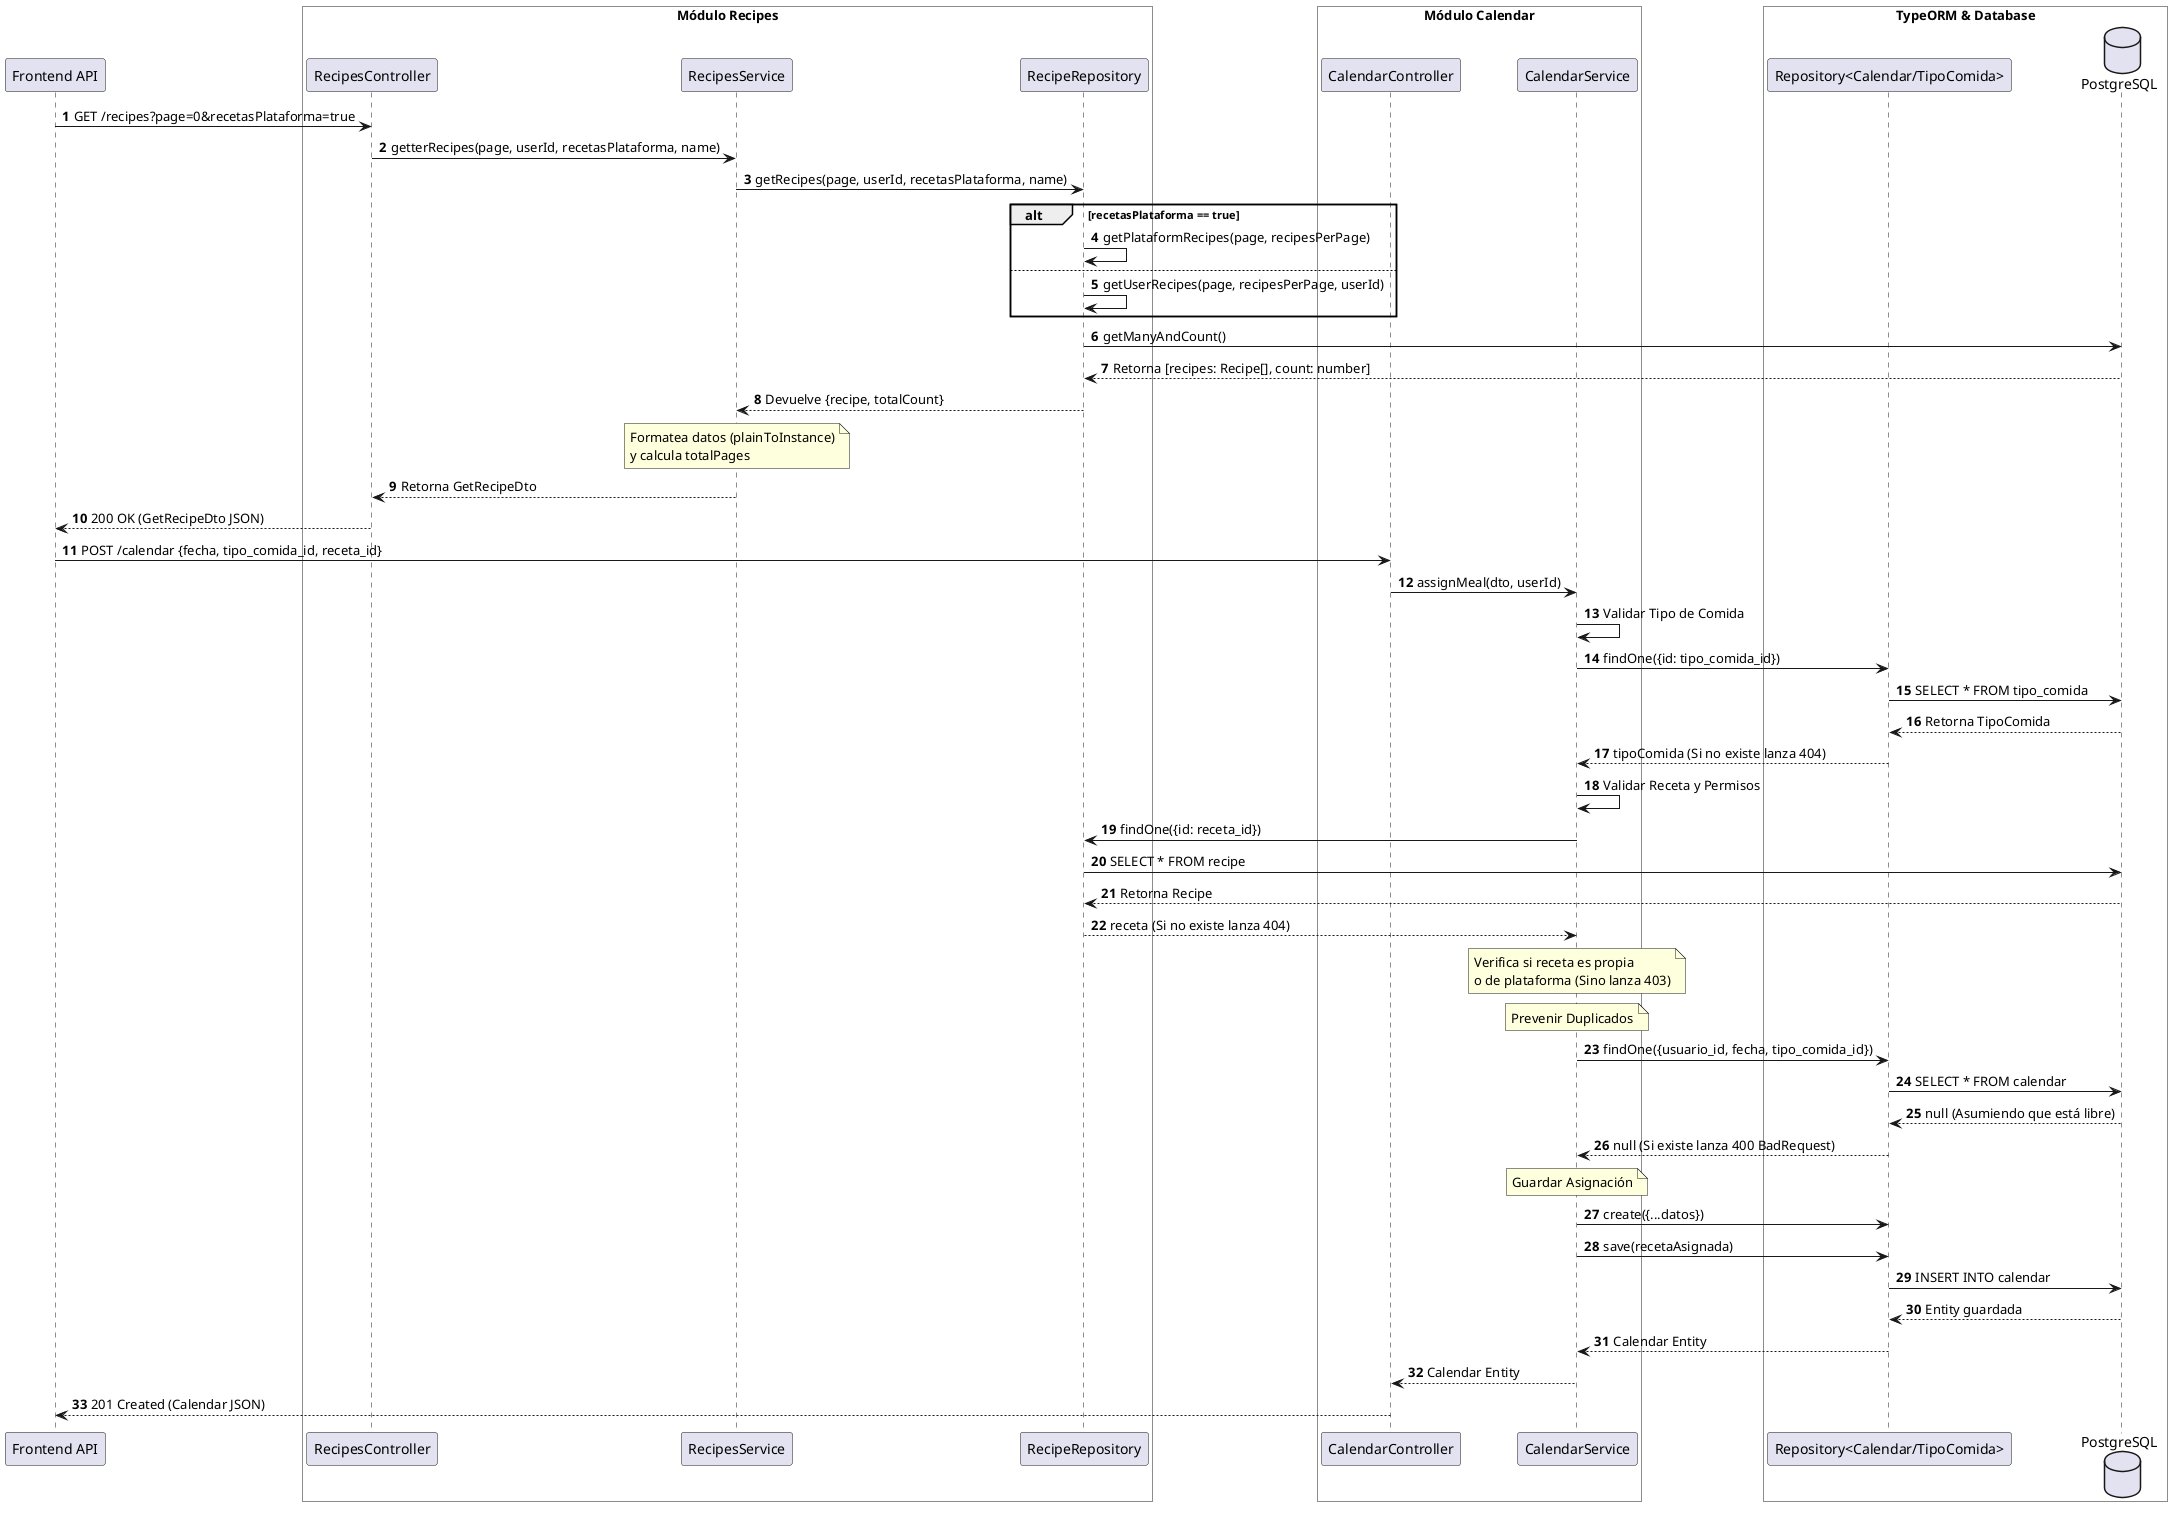
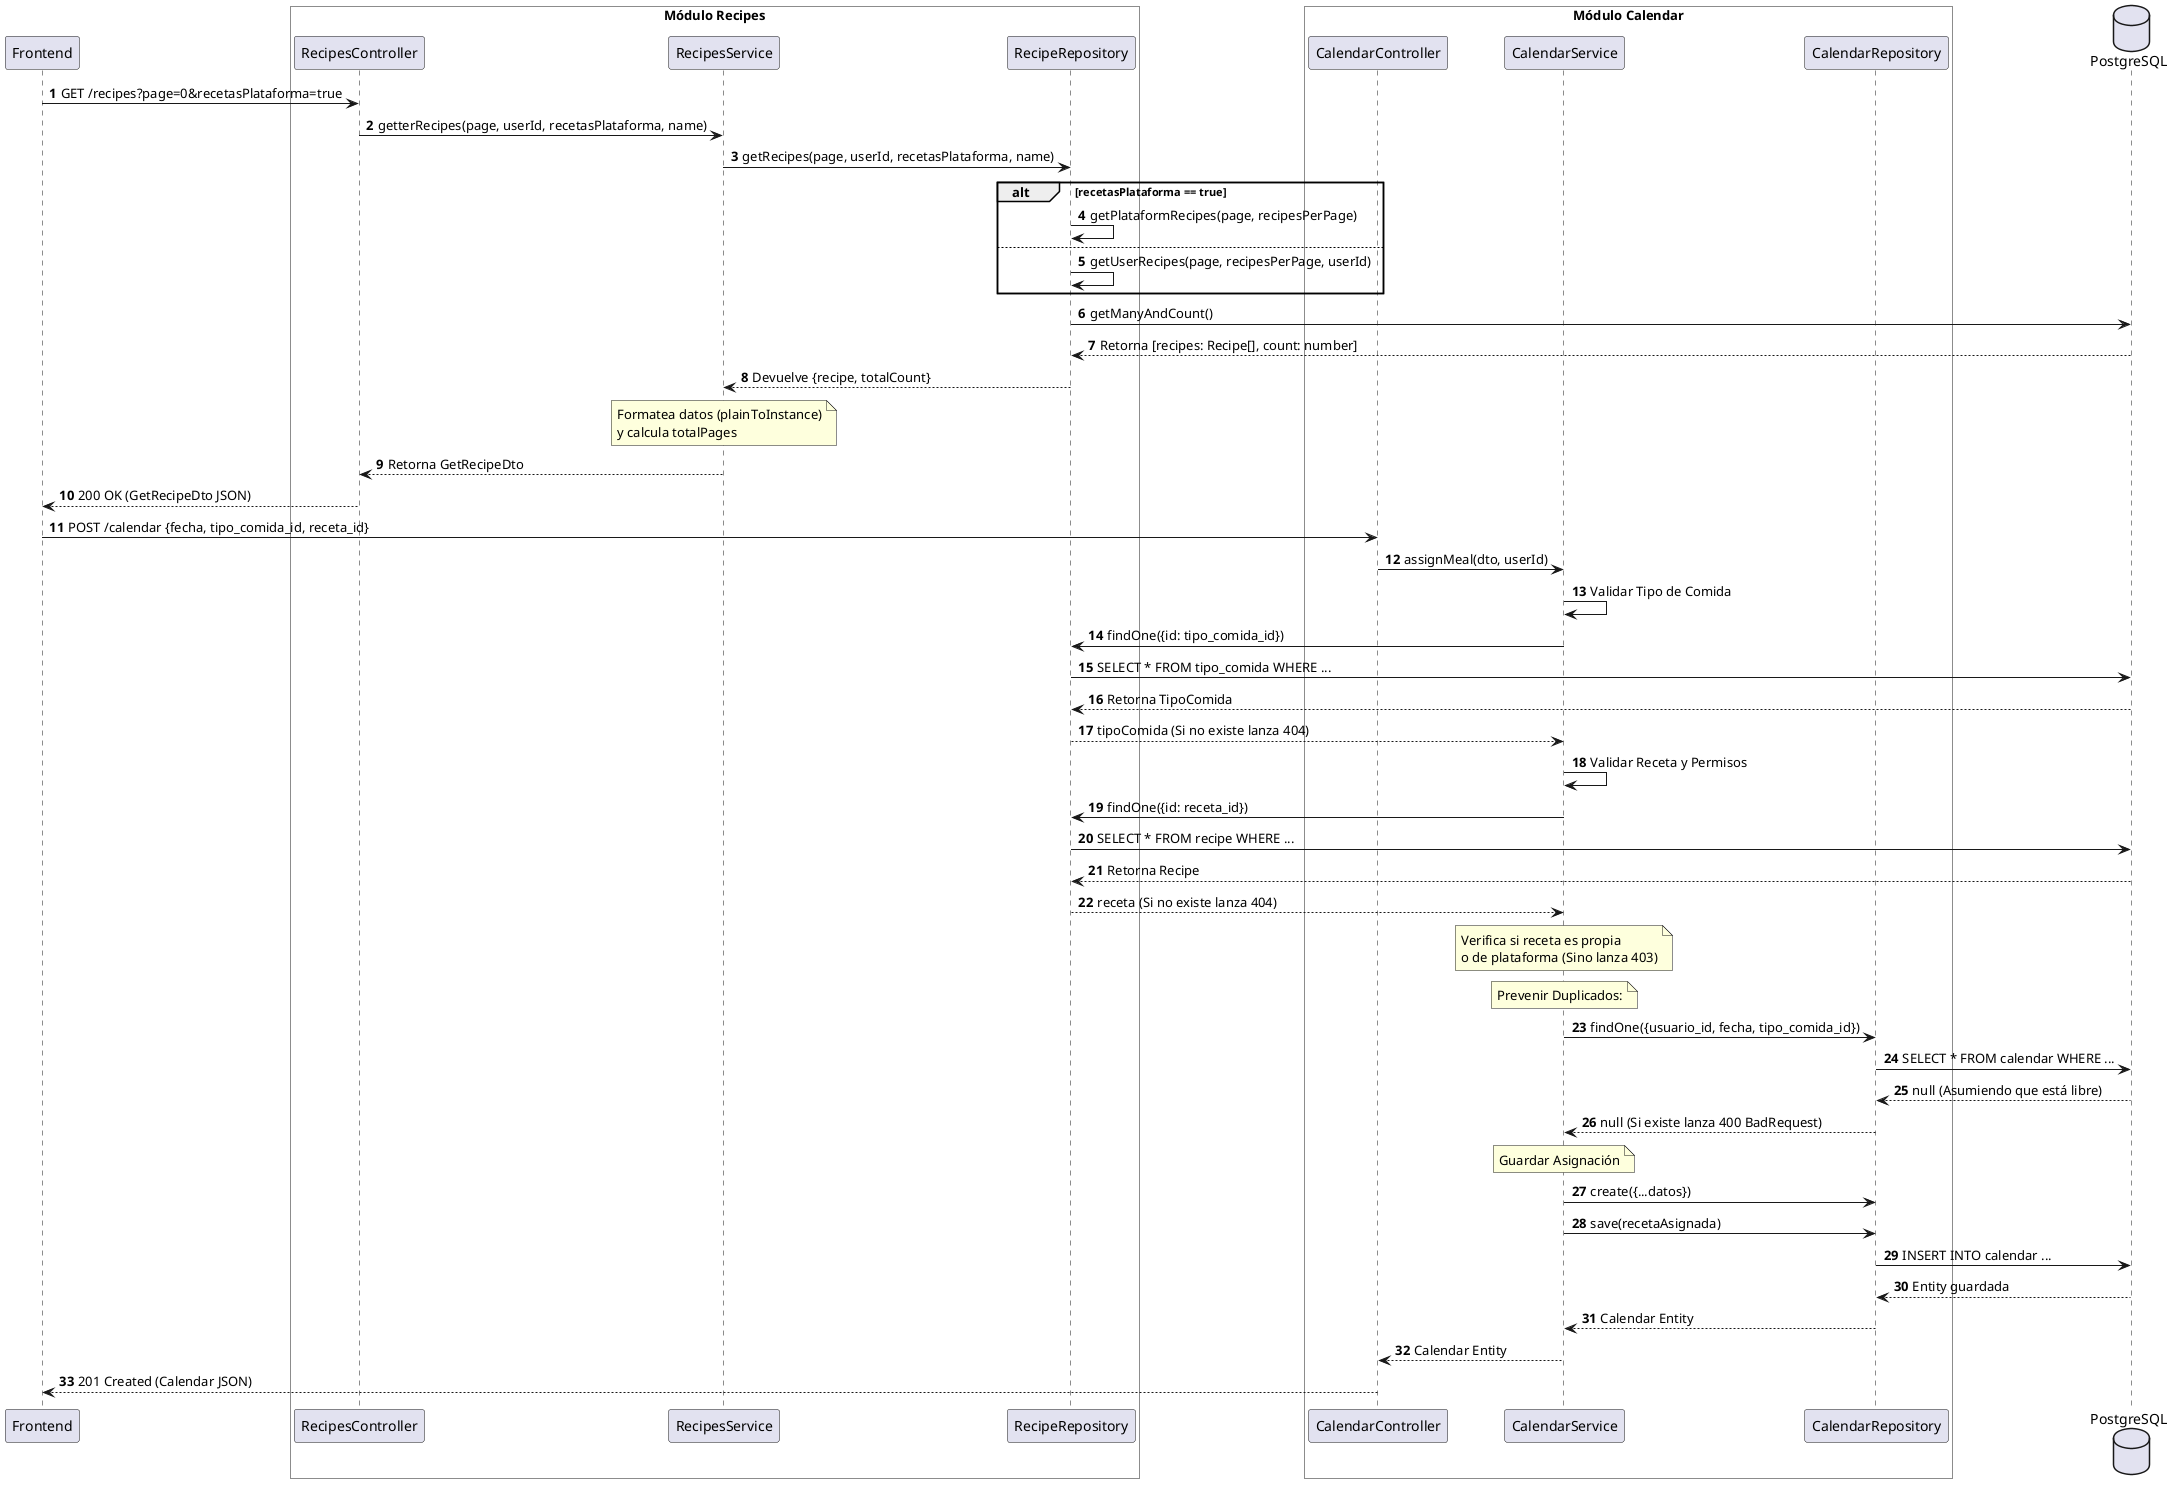
@startuml "Asignar Comida A Una Fecha Backend"
autonumber

- participant "Frontend API" as Client
+ participant "Frontend" as Client
box "Módulo Recipes" #ffffff
- participant "RecipesController" as RCtrl
- participant "RecipesService" as RSvc
- participant "RecipeRepository" as RRepo
+ participant "RecipesController" as RecipeController
+ participant "RecipesService" as RecipeService
+ participant "RecipeRepository" as RecipeRepo
end box

box "Módulo Calendar" #ffffff
- participant "CalendarController" as CCtrl
- participant "CalendarService" as CSvc
+ participant "CalendarController" as CalendarController
+ participant "CalendarService" as CalendarService
+ participant "CalendarRepository" as CalendarRepo
end box

- box "TypeORM & Database" #ffffff
- participant "Repository<Calendar/TipoComida>" as TypeORM
database "PostgreSQL" as DB
- end box

- Client -> RCtrl: GET /recipes?page=0&recetasPlataforma=true
-     RCtrl -> RSvc: getterRecipes(page, userId, recetasPlataforma, name)
-         RSvc -> RRepo: getRecipes(page, userId, recetasPlataforma, name)
+ Client -> RecipeController: GET /recipes?page=0&recetasPlataforma=true
+     RecipeController -> RecipeService: getterRecipes(page, userId, recetasPlataforma, name)
+         RecipeService -> RecipeRepo: getRecipes(page, userId, recetasPlataforma, name)

            alt recetasPlataforma == true
-                 RRepo -> RRepo: getPlataformRecipes(page, recipesPerPage)
+                 RecipeRepo -> RecipeRepo: getPlataformRecipes(page, recipesPerPage)
            else
-                 RRepo -> RRepo: getUserRecipes(page, recipesPerPage, userId)
+                 RecipeRepo -> RecipeRepo: getUserRecipes(page, recipesPerPage, userId)
            end

-             RRepo -> DB: getManyAndCount()
-             DB --> RRepo: Retorna [recipes: Recipe[], count: number]
+             RecipeRepo -> DB: getManyAndCount()
+             DB --> RecipeRepo: Retorna [recipes: Recipe[], count: number]

-         RRepo --> RSvc: Devuelve {recipe, totalCount}
+         RecipeRepo --> RecipeService: Devuelve {recipe, totalCount}

-         Note over RSvc: Formatea datos (plainToInstance)\ny calcula totalPages
-     RSvc --> RCtrl: Retorna GetRecipeDto
- RCtrl --> Client: 200 OK (GetRecipeDto JSON)
+         Note over RecipeService: Formatea datos (plainToInstance)\ny calcula totalPages
+     RecipeService --> RecipeController: Retorna GetRecipeDto
+ RecipeController --> Client: 200 OK (GetRecipeDto JSON)

- Client -> CCtrl: POST /calendar {fecha, tipo_comida_id, receta_id}
-     CCtrl -> CSvc: assignMeal(dto, userId)
+ Client -> CalendarController: POST /calendar {fecha, tipo_comida_id, receta_id}
+     CalendarController -> CalendarService: assignMeal(dto, userId)

-         CSvc -> CSvc: Validar Tipo de Comida
-         CSvc -> TypeORM: findOne({id: tipo_comida_id})
-             TypeORM -> DB: SELECT * FROM tipo_comida
-                 DB --> TypeORM: Retorna TipoComida
-             TypeORM --> CSvc: tipoComida (Si no existe lanza 404)
+         CalendarService -> CalendarService: Validar Tipo de Comida
+         CalendarService -> RecipeRepo: findOne({id: tipo_comida_id})
+             RecipeRepo -> DB: SELECT * FROM tipo_comida WHERE ...
+                 DB --> RecipeRepo: Retorna TipoComida
+             RecipeRepo --> CalendarService: tipoComida (Si no existe lanza 404)

-         CSvc -> CSvc: Validar Receta y Permisos
-         CSvc -> RRepo: findOne({id: receta_id})
-             RRepo -> DB: SELECT * FROM recipe
-                 DB --> RRepo: Retorna Recipe
-             RRepo --> CSvc: receta (Si no existe lanza 404)
+         CalendarService -> CalendarService: Validar Receta y Permisos
+         CalendarService -> RecipeRepo: findOne({id: receta_id})
+             RecipeRepo -> DB: SELECT * FROM recipe WHERE ...
+                 DB --> RecipeRepo: Retorna Recipe
+             RecipeRepo --> CalendarService: receta (Si no existe lanza 404)

-         Note over CSvc: Verifica si receta es propia\no de plataforma (Sino lanza 403)
+         Note over CalendarService: Verifica si receta es propia\no de plataforma (Sino lanza 403)

-         Note over CSvc: Prevenir Duplicados
-         CSvc -> TypeORM: findOne({usuario_id, fecha, tipo_comida_id})
-             TypeORM -> DB: SELECT * FROM calendar
-                 DB --> TypeORM: null (Asumiendo que está libre)
-             TypeORM --> CSvc: null (Si existe lanza 400 BadRequest)
+         Note over CalendarService: Prevenir Duplicados:
+         CalendarService -> CalendarRepo: findOne({usuario_id, fecha, tipo_comida_id})
+             CalendarRepo -> DB: SELECT * FROM calendar WHERE ...
+                 DB --> CalendarRepo: null (Asumiendo que está libre)
+             CalendarRepo --> CalendarService: null (Si existe lanza 400 BadRequest)

-         Note over CSvc: Guardar Asignación
-         CSvc -> TypeORM: create({...datos})
-         CSvc -> TypeORM: save(recetaAsignada)
-             TypeORM -> DB: INSERT INTO calendar
-                 DB --> TypeORM: Entity guardada
-             TypeORM --> CSvc: Calendar Entity
+         Note over CalendarService: Guardar Asignación
+         CalendarService -> CalendarRepo: create({...datos})
+         CalendarService -> CalendarRepo: save(recetaAsignada)
+             CalendarRepo -> DB: INSERT INTO calendar ...
+                 DB --> CalendarRepo: Entity guardada
+             CalendarRepo --> CalendarService: Calendar Entity

-     CSvc --> CCtrl: Calendar Entity
- CCtrl --> Client: 201 Created (Calendar JSON)
+     CalendarService --> CalendarController: Calendar Entity
+ CalendarController --> Client: 201 Created (Calendar JSON)
@enduml